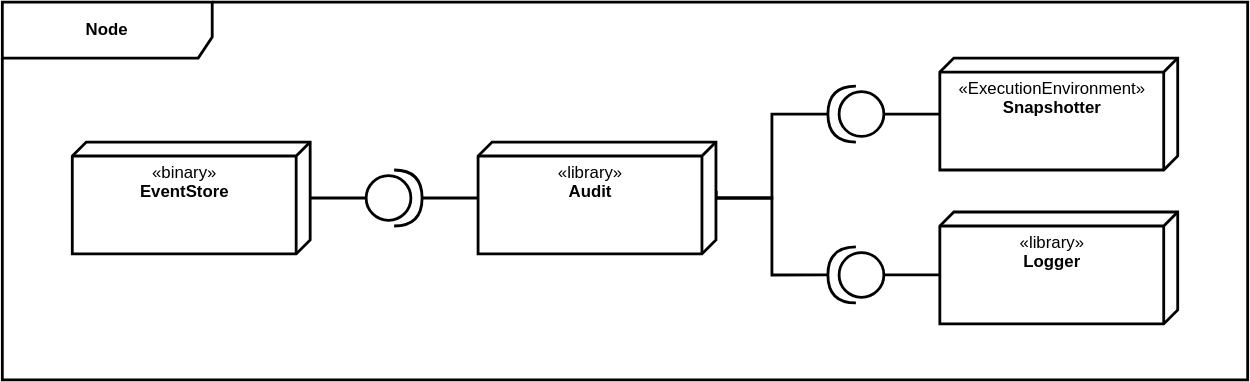
The draw.io diagram src/template_thesis/diagrams/audit_component/audit_component_technical_context.drawio.svg in HaniAlshikh/bachelor-thesis, before a commit. Source tidied: cells renumbered, new cells last; positions are measured from the earlier drawing's top-left corner, leaving out a move shared by most shapes. Source of this version:
```xml
<mxGraphModel background="#ffffff">
  <root>
    <mxCell id="0" />
    <mxCell id="1" parent="0" />
    <mxCell id="2" value="&lt;b&gt;Node&lt;/b&gt;" style="shape=umlFrame;whiteSpace=wrap;html=1;fontFamily=Helvetica;strokeWidth=2;align=center;verticalAlign=middle;width=150;height=40;" parent="1" vertex="1">
      <mxGeometry y="15" width="890" height="270" as="geometry" />
    </mxCell>
    <mxCell id="3" style="edgeStyle=orthogonalEdgeStyle;rounded=0;orthogonalLoop=1;jettySize=auto;html=1;entryX=0;entryY=0.5;entryDx=0;entryDy=0;entryPerimeter=0;fontFamily=Helvetica;fontSize=12;endArrow=none;endFill=0;strokeWidth=2;" parent="1" edge="1">
      <mxGeometry relative="1" as="geometry">
        <mxPoint x="230" as="sourcePoint" />
      </mxGeometry>
    </mxCell>
    <mxCell id="4" style="edgeStyle=orthogonalEdgeStyle;rounded=0;jettySize=auto;html=1;entryX=0;entryY=0.5;entryDx=0;entryDy=0;entryPerimeter=0;fontFamily=Helvetica;fontSize=12;endArrow=none;endFill=0;strokeWidth=2;" parent="1" edge="1" source="5" target="6">
      <mxGeometry relative="1" as="geometry" />
    </mxCell>
    <mxCell id="5" value="«ExecutionEnvironment»&lt;br&gt;&lt;b&gt;Snapshotter&lt;/b&gt;" style="verticalAlign=top;align=center;spacingTop=8;spacingLeft=2;spacingRight=12;shape=cube;size=10;direction=south;fontStyle=0;html=1;strokeWidth=2;" parent="1" vertex="1">
      <mxGeometry x="670" y="55" width="170" height="80" as="geometry" />
    </mxCell>
    <mxCell id="6" style="shape=providedRequiredInterface;html=1;verticalLabelPosition=bottom;sketch=0;fontFamily=Helvetica;fontSize=12;strokeWidth=2;align=center;verticalAlign=middle;rotation=-180;" parent="1" vertex="1">
      <mxGeometry x="590" y="75" width="40" height="40" as="geometry" />
    </mxCell>
    <mxCell id="7" value="«library»&lt;br&gt;&lt;b&gt;Logger&lt;/b&gt;" style="verticalAlign=top;align=center;spacingTop=8;spacingLeft=2;spacingRight=12;shape=cube;size=10;direction=south;fontStyle=0;html=1;strokeWidth=2;" parent="1" vertex="1">
      <mxGeometry x="670" y="165" width="170" height="80" as="geometry" />
    </mxCell>
    <mxCell id="8" style="edgeStyle=orthogonalEdgeStyle;rounded=0;html=1;entryX=0;entryY=0;entryDx=45;entryDy=170;entryPerimeter=0;endArrow=none;endFill=0;strokeWidth=2;" parent="1" edge="1" source="9" target="7">
      <mxGeometry relative="1" as="geometry" />
    </mxCell>
    <mxCell id="9" style="shape=providedRequiredInterface;html=1;verticalLabelPosition=bottom;sketch=0;fontFamily=Helvetica;fontSize=12;strokeWidth=2;align=center;verticalAlign=middle;rotation=-180;" parent="1" vertex="1">
      <mxGeometry x="590" y="190" width="40" height="40" as="geometry" />
    </mxCell>
    <mxCell id="10" style="edgeStyle=orthogonalEdgeStyle;shape=connector;rounded=0;html=1;labelBackgroundColor=default;fontFamily=Helvetica;fontSize=12;fontColor=default;endArrow=none;endFill=0;strokeColor=default;strokeWidth=2;" parent="1" edge="1" source="11" target="16">
      <mxGeometry relative="1" as="geometry" />
    </mxCell>
    <mxCell id="11" value="«binary»&lt;br&gt;&lt;b&gt;EventStore&lt;/b&gt;" style="verticalAlign=top;align=center;spacingTop=8;spacingLeft=2;spacingRight=12;shape=cube;size=10;direction=south;fontStyle=0;html=1;strokeWidth=2;" parent="1" vertex="1">
      <mxGeometry x="50" y="115" width="170" height="80" as="geometry" />
    </mxCell>
    <mxCell id="12" style="edgeStyle=orthogonalEdgeStyle;shape=connector;rounded=0;html=1;entryX=1;entryY=0.5;entryDx=0;entryDy=0;entryPerimeter=0;labelBackgroundColor=default;fontFamily=Helvetica;fontSize=12;fontColor=default;endArrow=none;endFill=0;strokeColor=default;strokeWidth=2;exitX=0;exitY=0;exitDx=35;exitDy=0;exitPerimeter=0;" parent="1" edge="1" source="15" target="9">
      <mxGeometry relative="1" as="geometry">
        <Array as="points">
          <mxPoint x="510" y="155" />
          <mxPoint x="550" y="155" />
          <mxPoint x="550" y="210" />
        </Array>
      </mxGeometry>
    </mxCell>
    <mxCell id="13" style="edgeStyle=orthogonalEdgeStyle;shape=connector;rounded=0;html=1;entryX=1;entryY=0.5;entryDx=0;entryDy=0;entryPerimeter=0;labelBackgroundColor=default;fontFamily=Helvetica;fontSize=12;fontColor=default;endArrow=none;endFill=0;strokeColor=default;strokeWidth=2;exitX=0;exitY=0;exitDx=35;exitDy=0;exitPerimeter=0;" parent="1" edge="1" source="15" target="6">
      <mxGeometry relative="1" as="geometry">
        <Array as="points">
          <mxPoint x="510" y="155" />
          <mxPoint x="550" y="155" />
          <mxPoint x="550" y="95" />
        </Array>
      </mxGeometry>
    </mxCell>
    <mxCell id="14" style="edgeStyle=orthogonalEdgeStyle;shape=connector;rounded=0;html=1;entryX=1;entryY=0.5;entryDx=0;entryDy=0;entryPerimeter=0;labelBackgroundColor=default;fontFamily=Helvetica;fontSize=12;fontColor=default;endArrow=none;endFill=0;strokeColor=default;strokeWidth=2;" parent="1" edge="1" source="15" target="16">
      <mxGeometry relative="1" as="geometry" />
    </mxCell>
    <mxCell id="15" value="«library»&lt;br&gt;&lt;b&gt;Audit&lt;/b&gt;" style="verticalAlign=top;align=center;spacingTop=8;spacingLeft=2;spacingRight=12;shape=cube;size=10;direction=south;fontStyle=0;html=1;strokeWidth=2;" parent="1" vertex="1">
      <mxGeometry x="340" y="115" width="170" height="80" as="geometry" />
    </mxCell>
    <mxCell id="16" style="shape=providedRequiredInterface;html=1;verticalLabelPosition=bottom;sketch=0;fontFamily=Helvetica;fontSize=12;strokeWidth=2;align=center;verticalAlign=middle;rotation=-180;direction=west;" parent="1" vertex="1">
      <mxGeometry x="260" y="135" width="40" height="40" as="geometry" />
    </mxCell>
  </root>
</mxGraphModel>
```
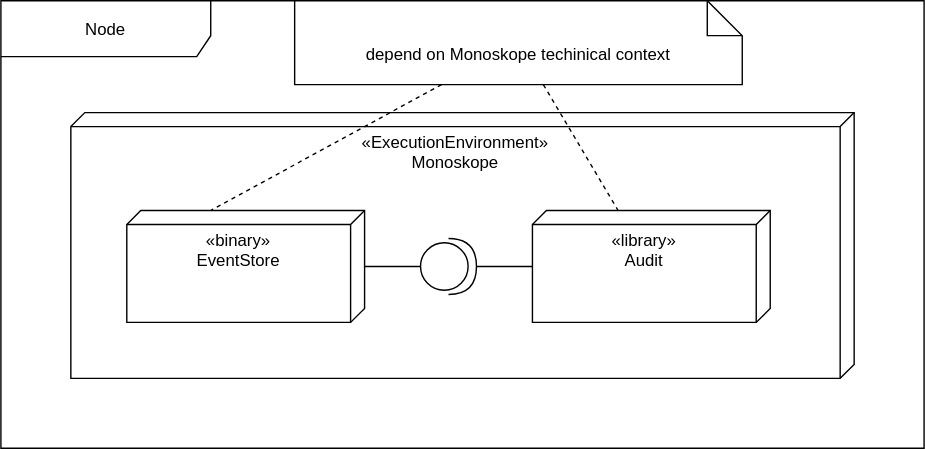
After the change.

The edit, as a diff of the source:
```diff
@@ -2,64 +2,52 @@
   <root>
     <mxCell id="0" />
     <mxCell id="1" parent="0" />
-    <mxCell id="2" value="&lt;b&gt;Node&lt;/b&gt;" style="shape=umlFrame;whiteSpace=wrap;html=1;fontFamily=Helvetica;strokeWidth=2;align=center;verticalAlign=middle;width=150;height=40;" parent="1" vertex="1">
-      <mxGeometry y="15" width="890" height="270" as="geometry" />
+    <mxCell id="2" value="Node" style="shape=umlFrame;fontFamily=Helvetica;strokeWidth=1;align=center;verticalAlign=middle;width=150;height=40;" parent="1" vertex="1">
+      <mxGeometry x="-40" y="-35" width="660" height="320" as="geometry" />
     </mxCell>
+    <mxCell id="17" value="«ExecutionEnvironment»&#10;Monoskope" style="verticalAlign=top;align=center;spacingTop=8;spacingLeft=2;spacingRight=12;shape=cube;size=10;direction=south;fontStyle=0;strokeWidth=1;" parent="1" vertex="1">
+      <mxGeometry x="10" y="45" width="560" height="190" as="geometry" />
+    </mxCell>
     <mxCell id="3" style="edgeStyle=orthogonalEdgeStyle;rounded=0;orthogonalLoop=1;jettySize=auto;html=1;entryX=0;entryY=0.5;entryDx=0;entryDy=0;entryPerimeter=0;fontFamily=Helvetica;fontSize=12;endArrow=none;endFill=0;strokeWidth=2;" parent="1" edge="1">
       <mxGeometry relative="1" as="geometry">
-        <mxPoint x="230" as="sourcePoint" />
+        <mxPoint x="110" y="30" as="sourcePoint" />
       </mxGeometry>
     </mxCell>
-    <mxCell id="4" style="edgeStyle=orthogonalEdgeStyle;rounded=0;jettySize=auto;html=1;entryX=0;entryY=0.5;entryDx=0;entryDy=0;entryPerimeter=0;fontFamily=Helvetica;fontSize=12;endArrow=none;endFill=0;strokeWidth=2;" parent="1" edge="1" source="5" target="6">
-      <mxGeometry relative="1" as="geometry" />
+    <mxCell id="4" style="edgeStyle=orthogonalEdgeStyle;rounded=0;jettySize=auto;entryX=0;entryY=0.5;entryDx=0;entryDy=0;entryPerimeter=0;fontFamily=Helvetica;fontSize=12;endArrow=none;endFill=0;strokeWidth=1;" parent="1" edge="1" target="x">
+      <mxGeometry relative="1" as="geometry">
+        <mxPoint x="550" y="125" as="sourcePoint" />
+      </mxGeometry>
     </mxCell>
-    <mxCell id="5" value="«ExecutionEnvironment»&lt;br&gt;&lt;b&gt;Snapshotter&lt;/b&gt;" style="verticalAlign=top;align=center;spacingTop=8;spacingLeft=2;spacingRight=12;shape=cube;size=10;direction=south;fontStyle=0;html=1;strokeWidth=2;" parent="1" vertex="1">
-      <mxGeometry x="670" y="55" width="170" height="80" as="geometry" />
-    </mxCell>
-    <mxCell id="6" style="shape=providedRequiredInterface;html=1;verticalLabelPosition=bottom;sketch=0;fontFamily=Helvetica;fontSize=12;strokeWidth=2;align=center;verticalAlign=middle;rotation=-180;" parent="1" vertex="1">
-      <mxGeometry x="590" y="75" width="40" height="40" as="geometry" />
-    </mxCell>
-    <mxCell id="7" value="«library»&lt;br&gt;&lt;b&gt;Logger&lt;/b&gt;" style="verticalAlign=top;align=center;spacingTop=8;spacingLeft=2;spacingRight=12;shape=cube;size=10;direction=south;fontStyle=0;html=1;strokeWidth=2;" parent="1" vertex="1">
-      <mxGeometry x="670" y="165" width="170" height="80" as="geometry" />
-    </mxCell>
-    <mxCell id="8" style="edgeStyle=orthogonalEdgeStyle;rounded=0;html=1;entryX=0;entryY=0;entryDx=45;entryDy=170;entryPerimeter=0;endArrow=none;endFill=0;strokeWidth=2;" parent="1" edge="1" source="9" target="7">
-      <mxGeometry relative="1" as="geometry" />
+    <mxCell id="8" style="edgeStyle=orthogonalEdgeStyle;rounded=0;entryX=0;entryY=0;entryDx=45;entryDy=170;entryPerimeter=0;endArrow=none;endFill=0;strokeWidth=1;" parent="1" edge="1" target="x">
+      <mxGeometry relative="1" as="geometry">
+        <mxPoint x="510" y="240" as="sourcePoint" />
+      </mxGeometry>
     </mxCell>
-    <mxCell id="9" style="shape=providedRequiredInterface;html=1;verticalLabelPosition=bottom;sketch=0;fontFamily=Helvetica;fontSize=12;strokeWidth=2;align=center;verticalAlign=middle;rotation=-180;" parent="1" vertex="1">
-      <mxGeometry x="590" y="190" width="40" height="40" as="geometry" />
-    </mxCell>
-    <mxCell id="10" style="edgeStyle=orthogonalEdgeStyle;shape=connector;rounded=0;html=1;labelBackgroundColor=default;fontFamily=Helvetica;fontSize=12;fontColor=default;endArrow=none;endFill=0;strokeColor=default;strokeWidth=2;" parent="1" edge="1" source="11" target="16">
+    <mxCell id="10" style="edgeStyle=orthogonalEdgeStyle;shape=connector;rounded=0;labelBackgroundColor=default;fontFamily=Helvetica;fontSize=12;fontColor=default;endArrow=none;endFill=0;strokeColor=default;strokeWidth=1;" parent="1" edge="1" source="11" target="16">
       <mxGeometry relative="1" as="geometry" />
     </mxCell>
-    <mxCell id="11" value="«binary»&lt;br&gt;&lt;b&gt;EventStore&lt;/b&gt;" style="verticalAlign=top;align=center;spacingTop=8;spacingLeft=2;spacingRight=12;shape=cube;size=10;direction=south;fontStyle=0;html=1;strokeWidth=2;" parent="1" vertex="1">
+    <mxCell id="11" value="«binary»&#10;EventStore" style="verticalAlign=top;align=center;spacingTop=8;spacingLeft=2;spacingRight=12;shape=cube;size=10;direction=south;fontStyle=0;strokeWidth=1;" parent="1" vertex="1">
       <mxGeometry x="50" y="115" width="170" height="80" as="geometry" />
     </mxCell>
-    <mxCell id="12" style="edgeStyle=orthogonalEdgeStyle;shape=connector;rounded=0;html=1;entryX=1;entryY=0.5;entryDx=0;entryDy=0;entryPerimeter=0;labelBackgroundColor=default;fontFamily=Helvetica;fontSize=12;fontColor=default;endArrow=none;endFill=0;strokeColor=default;strokeWidth=2;exitX=0;exitY=0;exitDx=35;exitDy=0;exitPerimeter=0;" parent="1" edge="1" source="15" target="9">
-      <mxGeometry relative="1" as="geometry">
-        <Array as="points">
-          <mxPoint x="510" y="155" />
-          <mxPoint x="550" y="155" />
-          <mxPoint x="550" y="210" />
-        </Array>
-      </mxGeometry>
-    </mxCell>
-    <mxCell id="13" style="edgeStyle=orthogonalEdgeStyle;shape=connector;rounded=0;html=1;entryX=1;entryY=0.5;entryDx=0;entryDy=0;entryPerimeter=0;labelBackgroundColor=default;fontFamily=Helvetica;fontSize=12;fontColor=default;endArrow=none;endFill=0;strokeColor=default;strokeWidth=2;exitX=0;exitY=0;exitDx=35;exitDy=0;exitPerimeter=0;" parent="1" edge="1" source="15" target="6">
-      <mxGeometry relative="1" as="geometry">
-        <Array as="points">
-          <mxPoint x="510" y="155" />
-          <mxPoint x="550" y="155" />
-          <mxPoint x="550" y="95" />
-        </Array>
-      </mxGeometry>
-    </mxCell>
-    <mxCell id="14" style="edgeStyle=orthogonalEdgeStyle;shape=connector;rounded=0;html=1;entryX=1;entryY=0.5;entryDx=0;entryDy=0;entryPerimeter=0;labelBackgroundColor=default;fontFamily=Helvetica;fontSize=12;fontColor=default;endArrow=none;endFill=0;strokeColor=default;strokeWidth=2;" parent="1" edge="1" source="15" target="16">
+    <mxCell id="14" style="edgeStyle=orthogonalEdgeStyle;shape=connector;rounded=0;entryX=1;entryY=0.5;entryDx=0;entryDy=0;entryPerimeter=0;labelBackgroundColor=default;fontFamily=Helvetica;fontSize=12;fontColor=default;endArrow=none;endFill=0;strokeColor=default;strokeWidth=1;" parent="1" edge="1" source="15" target="16">
       <mxGeometry relative="1" as="geometry" />
     </mxCell>
-    <mxCell id="15" value="«library»&lt;br&gt;&lt;b&gt;Audit&lt;/b&gt;" style="verticalAlign=top;align=center;spacingTop=8;spacingLeft=2;spacingRight=12;shape=cube;size=10;direction=south;fontStyle=0;html=1;strokeWidth=2;" parent="1" vertex="1">
+    <mxCell id="15" value="«library»&#10;Audit" style="verticalAlign=top;align=center;spacingTop=8;spacingLeft=2;spacingRight=12;shape=cube;size=10;direction=south;fontStyle=0;strokeWidth=1;" parent="1" vertex="1">
       <mxGeometry x="340" y="115" width="170" height="80" as="geometry" />
     </mxCell>
-    <mxCell id="16" style="shape=providedRequiredInterface;html=1;verticalLabelPosition=bottom;sketch=0;fontFamily=Helvetica;fontSize=12;strokeWidth=2;align=center;verticalAlign=middle;rotation=-180;direction=west;" parent="1" vertex="1">
+    <mxCell id="16" style="shape=providedRequiredInterface;verticalLabelPosition=bottom;sketch=0;fontFamily=Helvetica;fontSize=12;strokeWidth=1;align=center;verticalAlign=middle;rotation=-180;direction=west;" parent="1" vertex="1">
       <mxGeometry x="260" y="135" width="40" height="40" as="geometry" />
     </mxCell>
+    <mxCell id="18" style="edgeStyle=none;html=0;strokeWidth=1;endArrow=none;endFill=0;dashed=1;" parent="1" edge="1" source="20" target="15">
+      <mxGeometry relative="1" as="geometry" />
+    </mxCell>
+    <mxCell id="19" style="edgeStyle=none;html=0;dashed=1;strokeWidth=1;endArrow=none;endFill=0;" parent="1" edge="1" source="20">
+      <mxGeometry relative="1" as="geometry">
+        <mxPoint x="110" y="115" as="targetPoint" />
+      </mxGeometry>
+    </mxCell>
+    <mxCell id="20" value="depend on Monoskope techinical context" style="shape=note2;boundedLbl=1;whiteSpace=wrap;html=1;size=25;verticalAlign=top;align=center;strokeWidth=1;" parent="1" vertex="1">
+      <mxGeometry x="170" y="-35" width="320" height="60" as="geometry" />
+    </mxCell>
   </root>
 </mxGraphModel>
```
